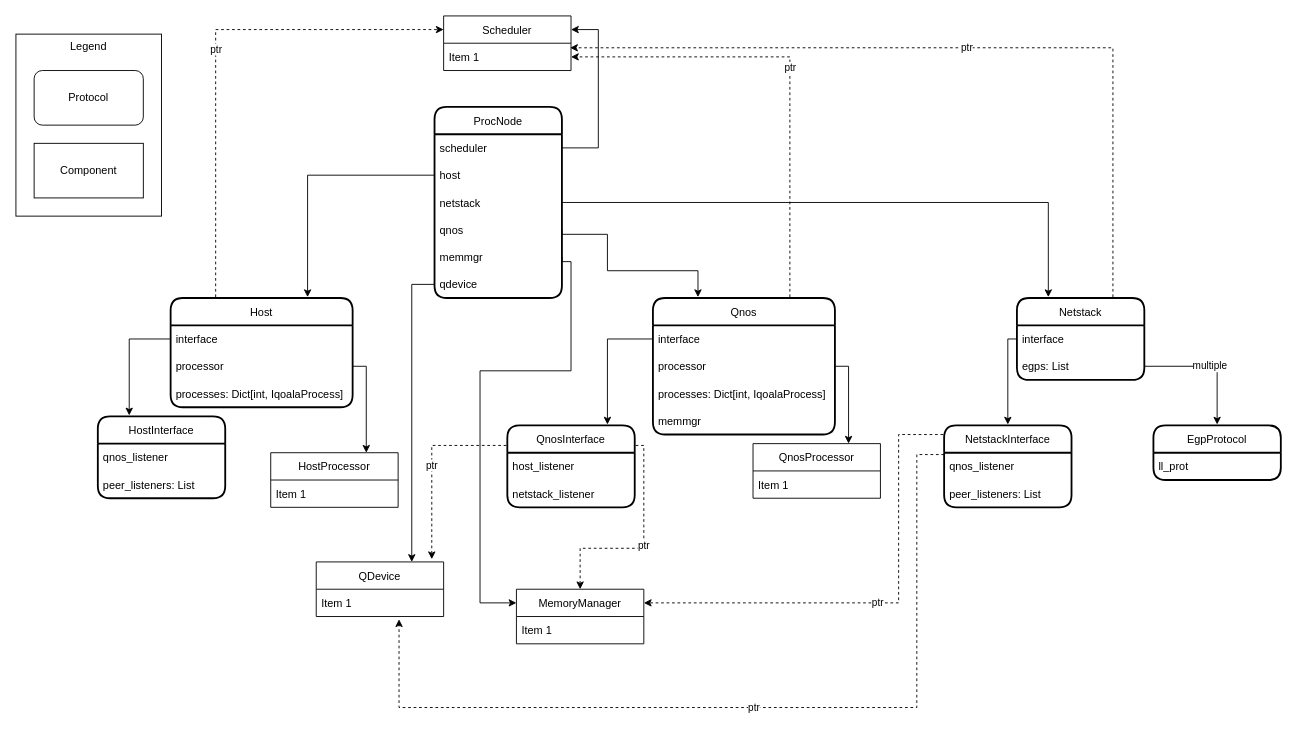
Earlier version of the draw.io diagram qoala/arch/protocols.drawio (QuTech-Delft/qoala-sim). Source tidied: cells renumbered, new cells numbered last; positions are measured from the earlier drawing's top-left corner, leaving out a move shared by most shapes. Both pictures are drawn from the tidied source at 91%, with x=0, y=0 at pixel (15, 15).
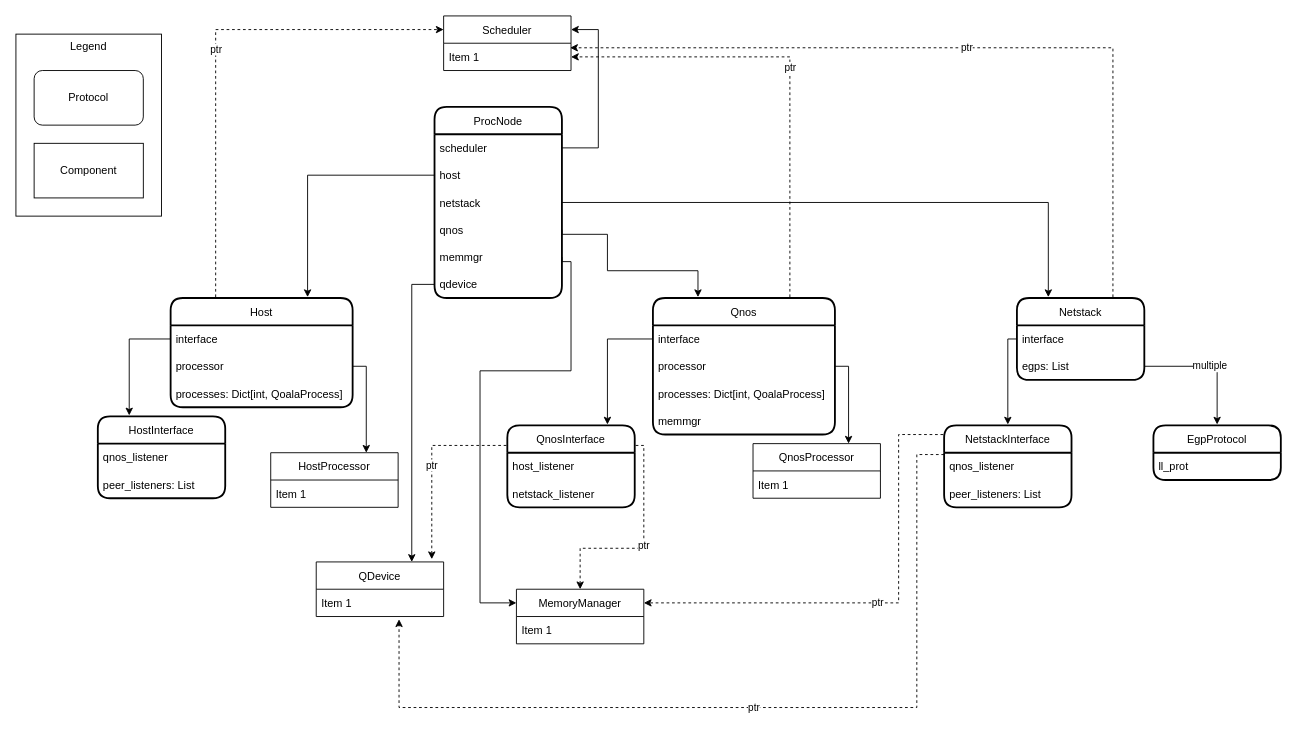
The same page after the edit.

The change refers to these unchanged cells:
```xml
<mxCell id="3" value="Qnos" style="swimlane;fontStyle=0;horizontal=1;startSize=30;rounded=1;glass=0;swimlaneLine=1;strokeWidth=2;swimlaneFillColor=none;gradientColor=none;perimeterSpacing=1;" parent="1" vertex="1">
  <mxGeometry x="700" y="310" width="200" height="150" as="geometry" />
</mxCell>
<mxCell id="9" value="Host" style="swimlane;fontStyle=0;horizontal=1;startSize=30;rounded=1;glass=0;swimlaneLine=1;strokeWidth=2;swimlaneFillColor=none;gradientColor=none;perimeterSpacing=1;" parent="1" vertex="1">
  <mxGeometry x="170" y="310" width="200" height="120" as="geometry" />
</mxCell>
```

What changed in the source:
```diff
@@
-    <mxCell id="6" value="processes: Dict[int, IqoalaProcess]" style="text;strokeColor=none;fillColor=none;align=left;verticalAlign=middle;spacingLeft=4;spacingRight=4;overflow=hidden;dashed=1;dashPattern=1 1;" parent="3" vertex="1">
+    <mxCell id="6" value="processes: Dict[int, QoalaProcess]" style="text;strokeColor=none;fillColor=none;align=left;verticalAlign=middle;spacingLeft=4;spacingRight=4;overflow=hidden;dashed=1;dashPattern=1 1;" parent="3" vertex="1">
       <mxGeometry y="90" width="200" height="30" as="geometry" />
     </mxCell>
@@
-    <mxCell id="12" value="processes: Dict[int, IqoalaProcess]" style="text;strokeColor=none;fillColor=none;align=left;verticalAlign=middle;spacingLeft=4;spacingRight=4;overflow=hidden;dashed=1;dashPattern=1 1;" parent="9" vertex="1">
+    <mxCell id="12" value="processes: Dict[int, QoalaProcess]" style="text;strokeColor=none;fillColor=none;align=left;verticalAlign=middle;spacingLeft=4;spacingRight=4;overflow=hidden;dashed=1;dashPattern=1 1;" parent="9" vertex="1">
       <mxGeometry y="90" width="200" height="30" as="geometry" />
     </mxCell>
```
